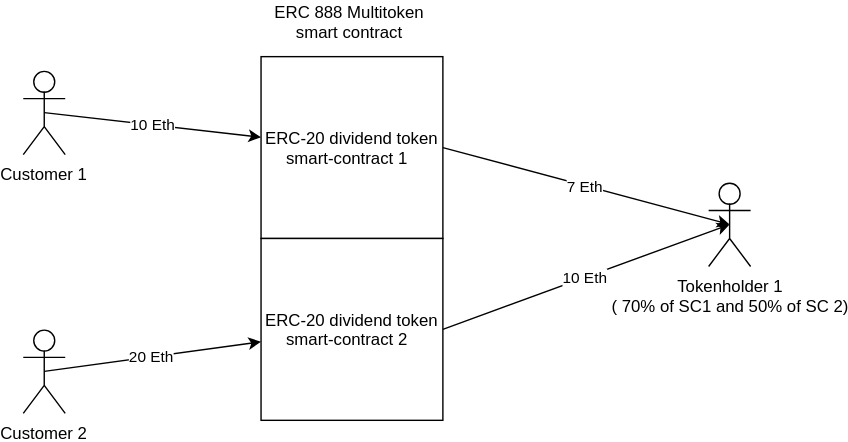
BANKEX/asset-toolkit keeps this draw.io diagram as docs/images/multitoken/image1_m.svg. Above is the earlier version. Source tidied: cells renumbered, new cells last; positions are measured from the earlier drawing's top-left corner, leaving out a move shared by most shapes.
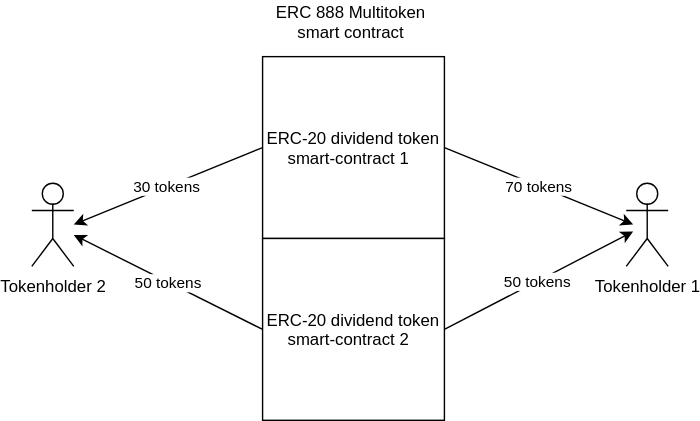
Later version of the same file.

The edit, as a diff of the source:
```diff
@@ -2,35 +2,38 @@
   <root>
     <mxCell id="0" />
     <mxCell id="1" parent="0" />
+    <mxCell id="12" value="ERC-20 dividend token smart-contract 1 &amp;nbsp;" style="rounded=0;whiteSpace=wrap;html=1;" parent="1" vertex="1">
+      <mxGeometry x="105" y="15" width="130" height="130" as="geometry" />
+    </mxCell>
-    <mxCell id="2" value="ERC-20 dividend token smart-contract 1 &amp;nbsp;" style="rounded=0;whiteSpace=wrap;html=1;" parent="1" vertex="1">
-      <mxGeometry x="170" y="40" width="130" height="130" as="geometry" />
+    <mxCell id="2" value="Tokenholder 1&lt;br&gt;&lt;br&gt;" style="shape=umlActor;verticalLabelPosition=bottom;labelBackgroundColor=#ffffff;verticalAlign=top;html=1;outlineConnect=0;" parent="1" vertex="1">
+      <mxGeometry x="365" y="105" width="30" height="60" as="geometry" />
     </mxCell>
+    <mxCell id="13" value="70 tokens" style="endArrow=classic;html=1;exitX=1;exitY=0.5;" parent="1" edge="1" source="12">
+      <mxGeometry relative="1" as="geometry">
+        <mxPoint x="370" y="135" as="targetPoint" />
+      </mxGeometry>
+    </mxCell>
-    <mxCell id="3" value="Tokenholder 1&lt;br&gt;( 70% of SC1 and 50% of SC 2)&lt;br&gt;&lt;br&gt;" style="shape=umlActor;verticalLabelPosition=bottom;labelBackgroundColor=#ffffff;verticalAlign=top;html=1;outlineConnect=0;" parent="1" vertex="1">
-      <mxGeometry x="490" y="130" width="30" height="60" as="geometry" />
+    <mxCell id="3" value="&lt;span&gt;ERC-20 dividend token smart-contract 2 &amp;nbsp;&lt;/span&gt;" style="whiteSpace=wrap;html=1;" parent="1" vertex="1">
+      <mxGeometry x="105" y="145" width="130" height="130" as="geometry" />
     </mxCell>
-    <mxCell id="4" value="7 Eth" style="endArrow=classic;html=1;exitX=1;exitY=0.5;entryX=0.5;entryY=0.5;entryPerimeter=0;" parent="1" edge="1" source="2" target="3">
-      <mxGeometry relative="1" as="geometry" />
-    </mxCell>
-    <mxCell id="5" value="&lt;span&gt;ERC-20 dividend token smart-contract 2 &amp;nbsp;&lt;/span&gt;" style="whiteSpace=wrap;html=1;" parent="1" vertex="1">
-      <mxGeometry x="170" y="170" width="130" height="130" as="geometry" />
-    </mxCell>
     <mxCell id="6" value="ERC 888 Multitoken &lt;br&gt;smart contract" style="text;html=1;align=center;verticalAlign=middle;fillColor=none;strokeColor=none;rounded=0;" parent="1" vertex="1">
-      <mxGeometry x="170" width="130" height="30" as="geometry" />
+      <mxGeometry x="105" y="-25" width="130" height="30" as="geometry" />
     </mxCell>
-    <mxCell id="7" value="10 Eth" style="endArrow=classic;html=1;entryX=0.5;entryY=0.5;entryPerimeter=0;exitX=1;exitY=0.5;" parent="1" edge="1" source="5" target="3">
-      <mxGeometry relative="1" as="geometry" />
-    </mxCell>
-    <mxCell id="8" value="Customer 1&lt;br&gt;" style="shape=umlActor;verticalLabelPosition=bottom;labelBackgroundColor=#ffffff;verticalAlign=top;html=1;outlineConnect=0;" parent="1" vertex="1">
-      <mxGeometry y="50" width="30" height="60" as="geometry" />
-    </mxCell>
-    <mxCell id="9" value="Customer 2&lt;br&gt;" style="shape=umlActor;verticalLabelPosition=bottom;labelBackgroundColor=#ffffff;verticalAlign=top;html=1;outlineConnect=0;" parent="1" vertex="1">
-      <mxGeometry y="235" width="30" height="60" as="geometry" />
-    </mxCell>
-    <mxCell id="10" value="10 Eth" style="endArrow=classic;html=1;exitX=0.5;exitY=0.5;exitPerimeter=0;" parent="1" edge="1" source="8" target="2">
-      <mxGeometry relative="1" as="geometry" />
-    </mxCell>
-    <mxCell id="11" value="20 Eth" style="endArrow=classic;html=1;exitX=0.5;exitY=0.5;exitPerimeter=0;" parent="1" edge="1" source="9" target="5">
-      <mxGeometry relative="1" as="geometry" />
-    </mxCell>
+    <mxCell id="14" value="50 tokens" style="endArrow=classic;html=1;exitX=1;exitY=0.5;" parent="1" edge="1" source="3">
+      <mxGeometry relative="1" as="geometry">
+        <mxPoint x="370" y="140" as="targetPoint" />
+      </mxGeometry>
+    </mxCell>
+    <mxCell id="15" value="Tokenholder 2" style="shape=umlActor;verticalLabelPosition=bottom;labelBackgroundColor=#ffffff;verticalAlign=top;html=1;outlineConnect=0;" parent="1" vertex="1">
+      <mxGeometry x="-60" y="105" width="30" height="60" as="geometry" />
+    </mxCell>
+    <mxCell id="16" value="50 tokens" style="endArrow=classic;html=1;exitX=0;exitY=0.5;" parent="1" edge="1" source="3" target="15">
+      <mxGeometry relative="1" as="geometry" />
+    </mxCell>
+    <mxCell id="17" value="30 tokens" style="endArrow=classic;html=1;exitX=0;exitY=0.5;" parent="1" edge="1" source="12">
+      <mxGeometry relative="1" as="geometry">
+        <mxPoint x="-30" y="135" as="targetPoint" />
+      </mxGeometry>
+    </mxCell>
   </root>
 </mxGraphModel>
```
